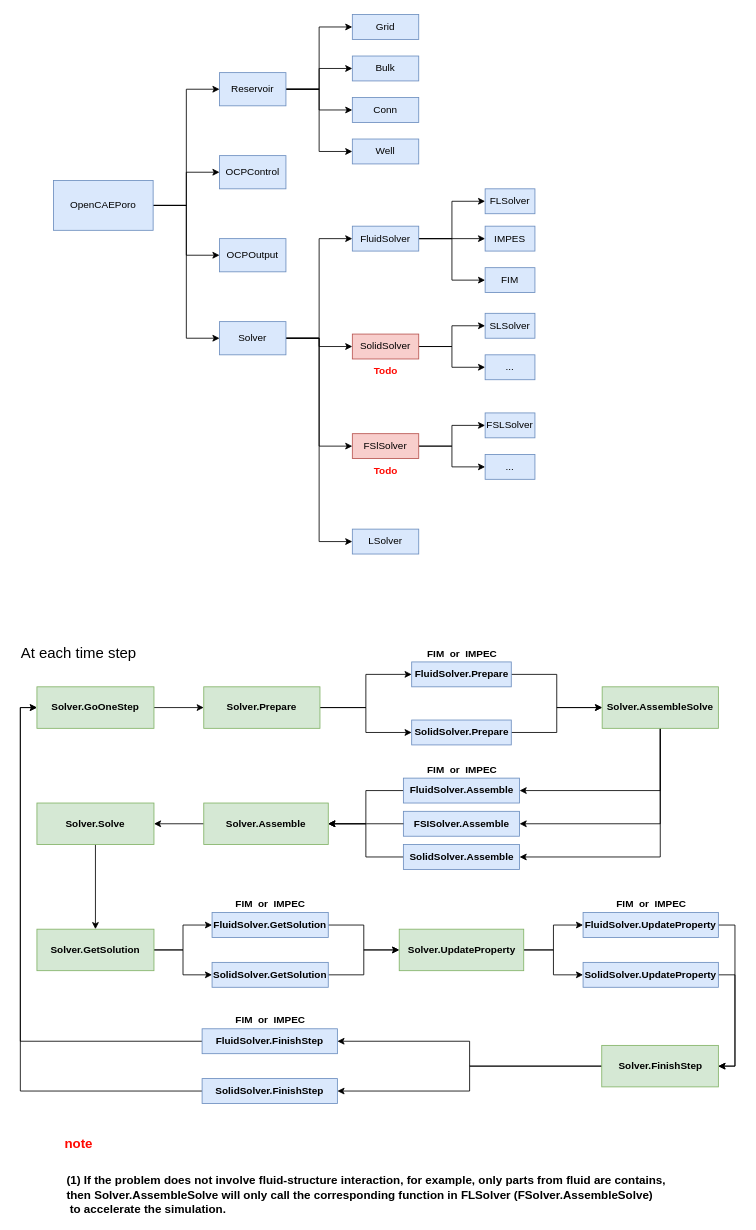
Earlier version of the draw.io diagram manual/topclass.drawio (OpenCAEPlus/OpenCAEPoro). Source tidied: cells renumbered, new cells numbered last; positions are measured from the earlier drawing's top-left corner, leaving out a move shared by most shapes. Both pictures are drawn from the tidied source at 83%, with x=0, y=0 at pixel (16, 14).
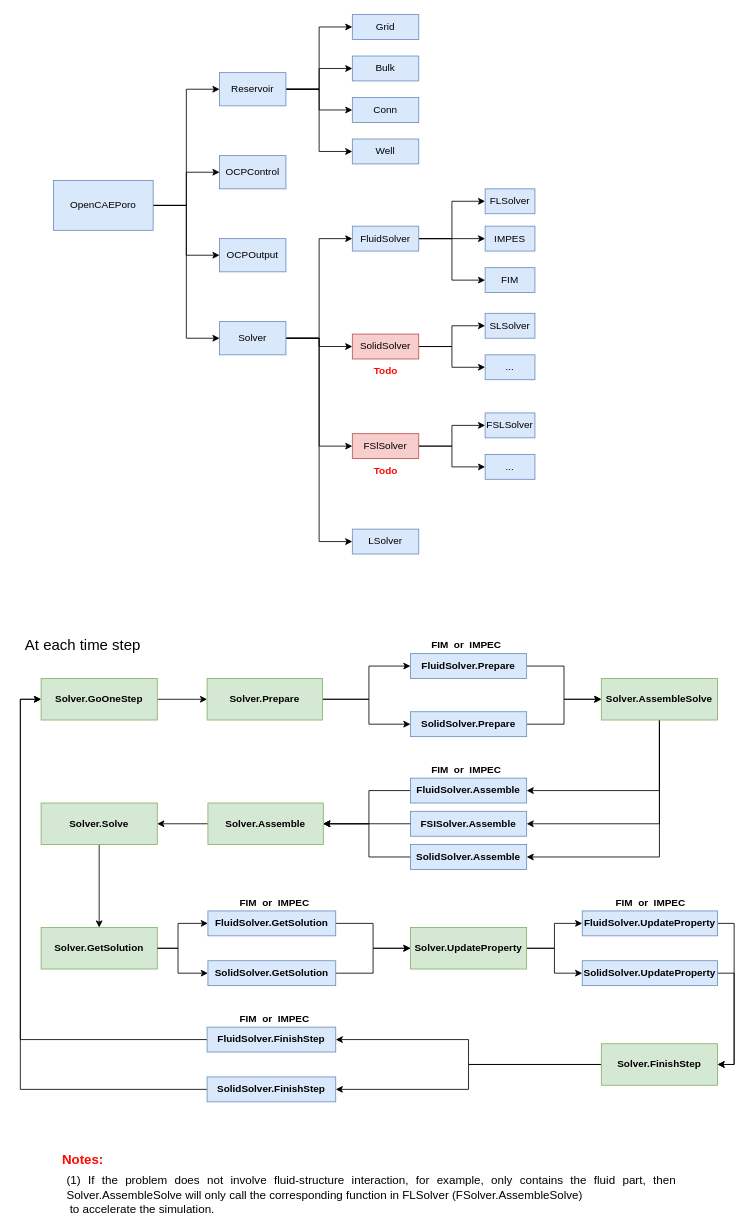
The same page after the edit.

Change to the diagram source:
```diff
@@
     <mxCell id="43" value="&lt;font style=&quot;font-size: 18px&quot;&gt;At each time step&lt;/font&gt;" style="text;html=1;align=center;verticalAlign=middle;strokeColor=none;fillColor=none;" parent="1" vertex="1">
-      <mxGeometry y="760" width="150" height="20" as="geometry" />
+      <mxGeometry x="5" y="750" width="150" height="20" as="geometry" />
     </mxCell>
@@
     <mxCell id="45" value="&lt;b&gt;Solver.GoOneStep&lt;/b&gt;" style="rounded=0;whiteSpace=wrap;html=1;fillColor=#d5e8d4;strokeColor=#82b366;" parent="1" vertex="1">
-      <mxGeometry x="25" y="810" width="141" height="50" as="geometry" />
+      <mxGeometry x="30" y="800" width="140" height="50" as="geometry" />
     </mxCell>
     <mxCell id="46" style="edgeStyle=orthogonalEdgeStyle;rounded=0;jettySize=auto;html=1;exitX=1;exitY=0.5;exitDx=0;exitDy=0;entryX=0;entryY=0.5;entryDx=0;entryDy=0;" parent="1" edge="1" source="48" target="50">
-      <mxGeometry relative="1" as="geometry" />
+      <mxGeometry relative="1" as="geometry">
+        <Array as="points">
+          <mxPoint x="425" y="825" />
+          <mxPoint x="425" y="785" />
+        </Array>
+      </mxGeometry>
     </mxCell>
     <mxCell id="47" style="edgeStyle=orthogonalEdgeStyle;rounded=0;jettySize=auto;html=1;exitX=1;exitY=0.5;exitDx=0;exitDy=0;entryX=0;entryY=0.5;entryDx=0;entryDy=0;" parent="1" edge="1" source="48" target="52">
-      <mxGeometry relative="1" as="geometry" />
+      <mxGeometry relative="1" as="geometry">
+        <Array as="points">
+          <mxPoint x="425" y="825" />
+          <mxPoint x="425" y="855" />
+        </Array>
+      </mxGeometry>
     </mxCell>
     <mxCell id="48" value="&lt;b&gt;Solver.Prepare&lt;/b&gt;" style="rounded=0;whiteSpace=wrap;html=1;fillColor=#d5e8d4;strokeColor=#82b366;" parent="1" vertex="1">
-      <mxGeometry x="226" y="810" width="140" height="50" as="geometry" />
+      <mxGeometry x="230" y="800" width="139" height="50" as="geometry" />
     </mxCell>
@@
     <mxCell id="50" value="&lt;b&gt;FluidSolver.Prepare&lt;/b&gt;" style="rounded=0;whiteSpace=wrap;html=1;fillColor=#dae8fc;strokeColor=#6c8ebf;" parent="1" vertex="1">
-      <mxGeometry x="476.5" y="780" width="120" height="30" as="geometry" />
+      <mxGeometry x="475" y="770" width="140" height="30" as="geometry" />
     </mxCell>
@@
     <mxCell id="52" value="&lt;b&gt;SolidSolver.Prepare&lt;/b&gt;" style="rounded=0;whiteSpace=wrap;html=1;fillColor=#dae8fc;strokeColor=#6c8ebf;" parent="1" vertex="1">
-      <mxGeometry x="476.5" y="850" width="120" height="30" as="geometry" />
+      <mxGeometry x="475" y="840" width="140" height="30" as="geometry" />
     </mxCell>
@@
     <mxCell id="56" value="&lt;b&gt;Solver.AssembleSolve&lt;/b&gt;" style="rounded=0;whiteSpace=wrap;html=1;fillColor=#d5e8d4;strokeColor=#82b366;" parent="1" vertex="1">
-      <mxGeometry x="706" y="810" width="140" height="50" as="geometry" />
+      <mxGeometry x="705" y="800" width="140" height="50" as="geometry" />
     </mxCell>
     <mxCell id="57" style="edgeStyle=orthogonalEdgeStyle;rounded=0;jettySize=auto;html=1;exitX=0;exitY=0.5;exitDx=0;exitDy=0;entryX=1;entryY=0.5;entryDx=0;entryDy=0;" parent="1" edge="1" source="58" target="62">
-      <mxGeometry relative="1" as="geometry" />
+      <mxGeometry relative="1" as="geometry">
+        <Array as="points">
+          <mxPoint x="425" y="935" />
+          <mxPoint x="425" y="975" />
+        </Array>
+      </mxGeometry>
     </mxCell>
     <mxCell id="58" value="&lt;b&gt;FluidSolver.Assemble&lt;/b&gt;" style="rounded=0;whiteSpace=wrap;html=1;fillColor=#dae8fc;strokeColor=#6c8ebf;" parent="1" vertex="1">
-      <mxGeometry x="466.5" y="920" width="140" height="30" as="geometry" />
+      <mxGeometry x="475" y="920" width="140" height="30" as="geometry" />
     </mxCell>
     <mxCell id="59" style="edgeStyle=orthogonalEdgeStyle;rounded=0;jettySize=auto;html=1;exitX=0;exitY=0.5;exitDx=0;exitDy=0;entryX=1;entryY=0.5;entryDx=0;entryDy=0;" parent="1" edge="1" source="60" target="62">
-      <mxGeometry relative="1" as="geometry" />
+      <mxGeometry relative="1" as="geometry">
+        <Array as="points">
+          <mxPoint x="425" y="1015" />
+          <mxPoint x="425" y="975" />
+        </Array>
+      </mxGeometry>
     </mxCell>
     <mxCell id="60" value="&lt;b&gt;SolidSolver.Assemble&lt;/b&gt;" style="rounded=0;whiteSpace=wrap;html=1;fillColor=#dae8fc;strokeColor=#6c8ebf;" parent="1" vertex="1">
-      <mxGeometry x="466.5" y="1000" width="140" height="30" as="geometry" />
+      <mxGeometry x="475" y="1000" width="140" height="30" as="geometry" />
     </mxCell>
@@
     <mxCell id="62" value="&lt;b&gt;Solver.Assemble&lt;/b&gt;" style="rounded=0;whiteSpace=wrap;html=1;fillColor=#d5e8d4;strokeColor=#82b366;" parent="1" vertex="1">
-      <mxGeometry x="226" y="950" width="150" height="50" as="geometry" />
+      <mxGeometry x="231" y="950" width="139" height="50" as="geometry" />
     </mxCell>
@@
     <mxCell id="64" value="&lt;b&gt;Solver.Solve&lt;/b&gt;" style="rounded=0;whiteSpace=wrap;html=1;fillColor=#d5e8d4;strokeColor=#82b366;" parent="1" vertex="1">
-      <mxGeometry x="25" y="950" width="141" height="50" as="geometry" />
+      <mxGeometry x="30" y="950" width="140" height="50" as="geometry" />
     </mxCell>
     <mxCell id="65" style="edgeStyle=orthogonalEdgeStyle;rounded=0;jettySize=auto;html=1;exitX=1;exitY=0.5;exitDx=0;exitDy=0;entryX=0;entryY=0.5;entryDx=0;entryDy=0;" parent="1" edge="1" source="67" target="71">
-      <mxGeometry relative="1" as="geometry" />
+      <mxGeometry relative="1" as="geometry">
+        <Array as="points">
+          <mxPoint x="195" y="1125" />
+          <mxPoint x="195" y="1095" />
+        </Array>
+      </mxGeometry>
     </mxCell>
-    <mxCell id="66" style="edgeStyle=orthogonalEdgeStyle;rounded=0;jettySize=auto;html=1;exitX=1;exitY=0.5;exitDx=0;exitDy=0;entryX=0;entryY=0.5;entryDx=0;entryDy=0;" parent="1" edge="1" source="67" target="73">
-      <mxGeometry relative="1" as="geometry" />
-    </mxCell>
     <mxCell id="67" value="&lt;b&gt;Solver.GetSolution&lt;/b&gt;" style="rounded=0;whiteSpace=wrap;html=1;fillColor=#d5e8d4;strokeColor=#82b366;" parent="1" vertex="1">
-      <mxGeometry x="25" y="1102" width="141" height="50" as="geometry" />
+      <mxGeometry x="30" y="1100" width="140" height="50" as="geometry" />
     </mxCell>
     <mxCell id="68" value="&lt;b&gt;FIM&amp;nbsp; or&amp;nbsp; IMPEC&lt;/b&gt;" style="text;html=1;align=center;verticalAlign=middle;strokeColor=none;fillColor=none;" parent="1" vertex="1">
-      <mxGeometry x="486.5" y="760" width="100" height="20" as="geometry" />
+      <mxGeometry x="491.5" y="750" width="100" height="20" as="geometry" />
     </mxCell>
     <mxCell id="69" value="&lt;b&gt;FIM&amp;nbsp; or&amp;nbsp; IMPEC&lt;/b&gt;" style="text;html=1;align=center;verticalAlign=middle;strokeColor=none;fillColor=none;" parent="1" vertex="1">
-      <mxGeometry x="486.5" y="900" width="100" height="20" as="geometry" />
+      <mxGeometry x="491.5" y="900" width="100" height="20" as="geometry" />
     </mxCell>
@@
     <mxCell id="71" value="&lt;b&gt;FluidSolver.GetSolution&lt;/b&gt;" style="rounded=0;whiteSpace=wrap;html=1;fillColor=#dae8fc;strokeColor=#6c8ebf;" parent="1" vertex="1">
-      <mxGeometry x="236" y="1082" width="140" height="30" as="geometry" />
+      <mxGeometry x="231" y="1080" width="154" height="30" as="geometry" />
     </mxCell>
@@
     <mxCell id="73" value="&lt;b&gt;SolidSolver.GetSolution&lt;/b&gt;" style="rounded=0;whiteSpace=wrap;html=1;fillColor=#dae8fc;strokeColor=#6c8ebf;" parent="1" vertex="1">
-      <mxGeometry x="236" y="1142" width="140" height="30" as="geometry" />
+      <mxGeometry x="231" y="1140" width="154" height="30" as="geometry" />
     </mxCell>
     <mxCell id="74" value="&lt;b&gt;FIM&amp;nbsp; or&amp;nbsp; IMPEC&lt;/b&gt;" style="text;html=1;align=center;verticalAlign=middle;strokeColor=none;fillColor=none;" parent="1" vertex="1">
-      <mxGeometry x="256" y="1062" width="100" height="20" as="geometry" />
+      <mxGeometry x="261" y="1060" width="100" height="20" as="geometry" />
     </mxCell>
@@
     <mxCell id="77" value="&lt;b&gt;Solver.UpdateProperty&lt;/b&gt;" style="rounded=0;whiteSpace=wrap;html=1;fillColor=#d5e8d4;strokeColor=#82b366;" parent="1" vertex="1">
-      <mxGeometry x="461.5" y="1102" width="150" height="50" as="geometry" />
+      <mxGeometry x="475" y="1100" width="140" height="50" as="geometry" />
     </mxCell>
@@
     <mxCell id="79" value="&lt;b&gt;FluidSolver.UpdateProperty&lt;/b&gt;" style="rounded=0;whiteSpace=wrap;html=1;fillColor=#dae8fc;strokeColor=#6c8ebf;" parent="1" vertex="1">
-      <mxGeometry x="683" y="1082" width="163" height="30" as="geometry" />
+      <mxGeometry x="682" y="1080" width="163" height="30" as="geometry" />
     </mxCell>
@@
     <mxCell id="81" value="&lt;b&gt;SolidSolver.UpdateProperty&lt;/b&gt;" style="rounded=0;whiteSpace=wrap;html=1;fillColor=#dae8fc;strokeColor=#6c8ebf;" parent="1" vertex="1">
-      <mxGeometry x="683" y="1142" width="163" height="30" as="geometry" />
+      <mxGeometry x="682" y="1140" width="163" height="30" as="geometry" />
     </mxCell>
     <mxCell id="82" value="&lt;b&gt;FIM&amp;nbsp; or&amp;nbsp; IMPEC&lt;/b&gt;" style="text;html=1;align=center;verticalAlign=middle;strokeColor=none;fillColor=none;" parent="1" vertex="1">
-      <mxGeometry x="714.5" y="1062" width="100" height="20" as="geometry" />
+      <mxGeometry x="713.5" y="1060" width="100" height="20" as="geometry" />
     </mxCell>
@@
     <mxCell id="85" value="&lt;b&gt;Solver.FinishStep&lt;/b&gt;" style="rounded=0;whiteSpace=wrap;html=1;fillColor=#d5e8d4;strokeColor=#82b366;" parent="1" vertex="1">
-      <mxGeometry x="705.5" y="1242" width="140.5" height="50" as="geometry" />
+      <mxGeometry x="705" y="1240" width="140" height="50" as="geometry" />
     </mxCell>
     <mxCell id="86" style="edgeStyle=orthogonalEdgeStyle;rounded=0;jettySize=auto;html=1;exitX=0;exitY=0.5;exitDx=0;exitDy=0;entryX=0;entryY=0.5;entryDx=0;entryDy=0;" parent="1" edge="1" source="87" target="45">
-      <mxGeometry relative="1" as="geometry" />
+      <mxGeometry relative="1" as="geometry">
+        <Array as="points">
+          <mxPoint x="5" y="1235" />
+          <mxPoint x="5" y="825" />
+        </Array>
+      </mxGeometry>
     </mxCell>
     <mxCell id="87" value="&lt;b&gt;FluidSolver.FinishStep&lt;/b&gt;" style="rounded=0;whiteSpace=wrap;html=1;fillColor=#dae8fc;strokeColor=#6c8ebf;" parent="1" vertex="1">
-      <mxGeometry x="224" y="1222" width="163" height="30" as="geometry" />
+      <mxGeometry x="230" y="1220" width="155" height="30" as="geometry" />
     </mxCell>
     <mxCell id="88" style="edgeStyle=orthogonalEdgeStyle;rounded=0;jettySize=auto;html=1;exitX=0;exitY=0.5;exitDx=0;exitDy=0;entryX=0;entryY=0.5;entryDx=0;entryDy=0;" parent="1" edge="1" source="89" target="45">
-      <mxGeometry relative="1" as="geometry" />
+      <mxGeometry relative="1" as="geometry">
+        <Array as="points">
+          <mxPoint x="5" y="1295" />
+          <mxPoint x="5" y="825" />
+        </Array>
+      </mxGeometry>
     </mxCell>
     <mxCell id="89" value="&lt;b&gt;SolidSolver.FinishStep&lt;/b&gt;" style="rounded=0;whiteSpace=wrap;html=1;fillColor=#dae8fc;strokeColor=#6c8ebf;" parent="1" vertex="1">
-      <mxGeometry x="224" y="1282" width="163" height="30" as="geometry" />
+      <mxGeometry x="230" y="1280" width="155" height="30" as="geometry" />
     </mxCell>
     <mxCell id="90" value="&lt;b&gt;FIM&amp;nbsp; or&amp;nbsp; IMPEC&lt;/b&gt;" style="text;html=1;align=center;verticalAlign=middle;strokeColor=none;fillColor=none;" parent="1" vertex="1">
-      <mxGeometry x="255.5" y="1202" width="100" height="20" as="geometry" />
+      <mxGeometry x="260.5" y="1200" width="100" height="20" as="geometry" />
     </mxCell>
-    <mxCell id="91" value="&lt;b&gt;&lt;font color=&quot;#ff0800&quot; style=&quot;font-size: 16px&quot;&gt;note&lt;/font&gt;&lt;/b&gt;" style="text;html=1;align=center;verticalAlign=middle;strokeColor=none;fillColor=none;" parent="1" vertex="1">
-      <mxGeometry x="50" y="1350" width="50" height="20" as="geometry" />
+    <mxCell id="91" value="&lt;b&gt;&lt;font color=&quot;#ff0800&quot; style=&quot;font-size: 16px&quot;&gt;Notes:&lt;/font&gt;&lt;/b&gt;" style="text;html=1;align=center;verticalAlign=middle;strokeColor=none;fillColor=none;" parent="1" vertex="1">
+      <mxGeometry x="45" y="1370" width="70" height="20" as="geometry" />
     </mxCell>
-    <mxCell id="92" value="&lt;b&gt;&lt;font style=&quot;font-size: 14px&quot;&gt;(1) If the problem does not involve fluid-structure interaction, for example, only parts from fluid are contains, then Solver.AssembleSolve will only call the corresponding function in FLSolver&amp;nbsp;&lt;/font&gt;&lt;/b&gt;&lt;b&gt;&lt;font style=&quot;font-size: 14px&quot;&gt;(FSolver.AssembleSolve)&amp;nbsp;&lt;/font&gt;&lt;/b&gt;&lt;b&gt;&lt;font style=&quot;font-size: 14px&quot;&gt;&lt;br&gt;&amp;nbsp;to&amp;nbsp;&lt;/font&gt;&lt;/b&gt;&lt;span style=&quot;font-size: 14px&quot;&gt;&lt;b&gt;accelerate the simulation.&lt;/b&gt;&lt;/span&gt;" style="text;whiteSpace=wrap;html=1;" parent="1" vertex="1">
+    <mxCell id="92" value="&lt;div style=&quot;text-align: justify&quot;&gt;&lt;span&gt;&lt;font style=&quot;font-size: 14px&quot;&gt;(1) If the problem does not involve fluid-structure interaction, for example, only contains the fluid part, then Solver.AssembleSolve will only call the corresponding function in FLSolver&amp;nbsp;&lt;/font&gt;&lt;/span&gt;&lt;span&gt;&lt;font style=&quot;font-size: 14px&quot;&gt;(FSolver.AssembleSolve)&amp;nbsp;&lt;/font&gt;&lt;/span&gt;&lt;/div&gt;&lt;div style=&quot;text-align: justify&quot;&gt;&lt;span&gt;&lt;font style=&quot;font-size: 14px&quot;&gt;&amp;nbsp;to&amp;nbsp;&lt;/font&gt;&lt;/span&gt;&lt;span style=&quot;font-size: 14px&quot;&gt;accelerate the simulation.&lt;/span&gt;&lt;/div&gt;" style="text;whiteSpace=wrap;html=1;" parent="1" vertex="1">
       <mxGeometry x="59" y="1390" width="736" height="30" as="geometry" />
     </mxCell>
     <mxCell id="93" value="&lt;b&gt;FSISolver.Assemble&lt;/b&gt;" style="rounded=0;whiteSpace=wrap;html=1;fillColor=#dae8fc;strokeColor=#6c8ebf;" parent="1" vertex="1">
-      <mxGeometry x="466.5" y="960" width="140" height="30" as="geometry" />
+      <mxGeometry x="475" y="960" width="140" height="30" as="geometry" />
     </mxCell>
-    <mxCell id="94" style="edgeStyle=orthogonalEdgeStyle;rounded=0;jettySize=auto;html=1;exitX=0;exitY=0.5;exitDx=0;exitDy=0;" parent="1" edge="1" source="93">
-      <mxGeometry relative="1" as="geometry">
-        <mxPoint x="376" y="975" as="targetPoint" />
-      </mxGeometry>
+    <mxCell id="94" style="edgeStyle=orthogonalEdgeStyle;rounded=0;jettySize=auto;html=1;exitX=0;exitY=0.5;exitDx=0;exitDy=0;entryX=1;entryY=0.5;entryDx=0;entryDy=0;" parent="1" edge="1" source="93" target="62">
+      <mxGeometry relative="1" as="geometry" />
     </mxCell>
+    <mxCell id="66" style="edgeStyle=orthogonalEdgeStyle;rounded=0;jettySize=auto;html=1;exitX=1;exitY=0.5;exitDx=0;exitDy=0;entryX=0;entryY=0.5;entryDx=0;entryDy=0;" parent="1" edge="1" source="67" target="73">
+      <mxGeometry relative="1" as="geometry">
+        <Array as="points">
+          <mxPoint x="195" y="1125" />
+          <mxPoint x="195" y="1155" />
+        </Array>
+      </mxGeometry>
+    </mxCell>
```
